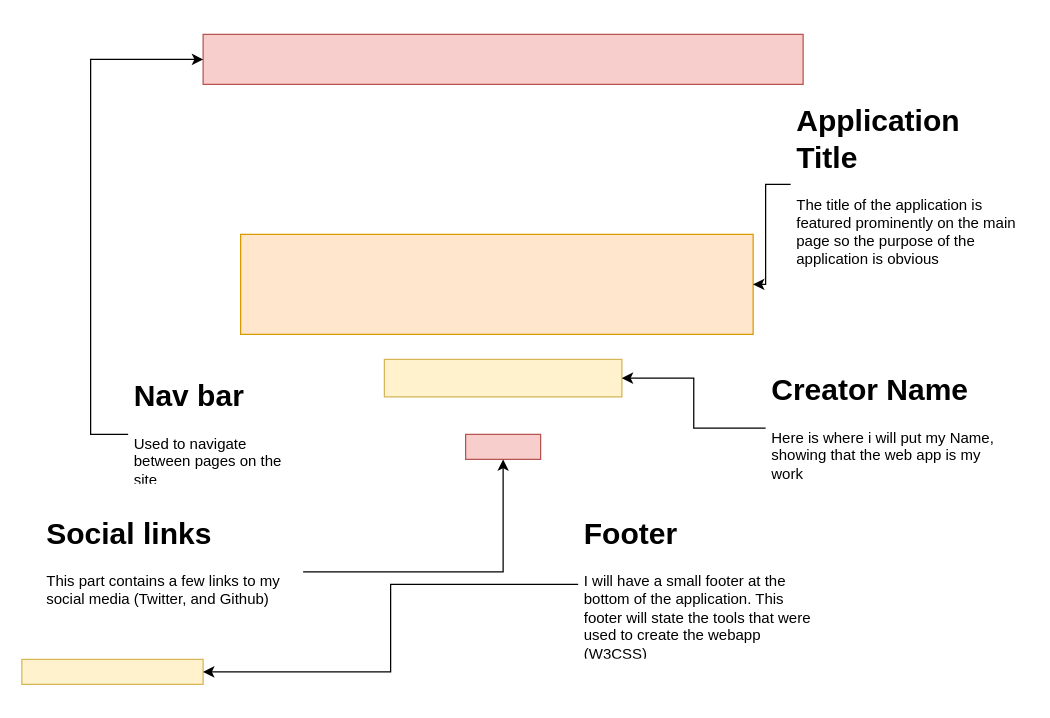
Before: Website Wireframes/HomePage - Copy.drawio in Jasper-27/Soft166Assignment, a draw.io diagram. Source tidied: cells renumbered, new cells numbered last; positions are measured from the earlier drawing's top-left corner, leaving out a move shared by most shapes. Both pictures are drawn from the tidied source at 125%, with x=0, y=0 at pixel (21, 34).
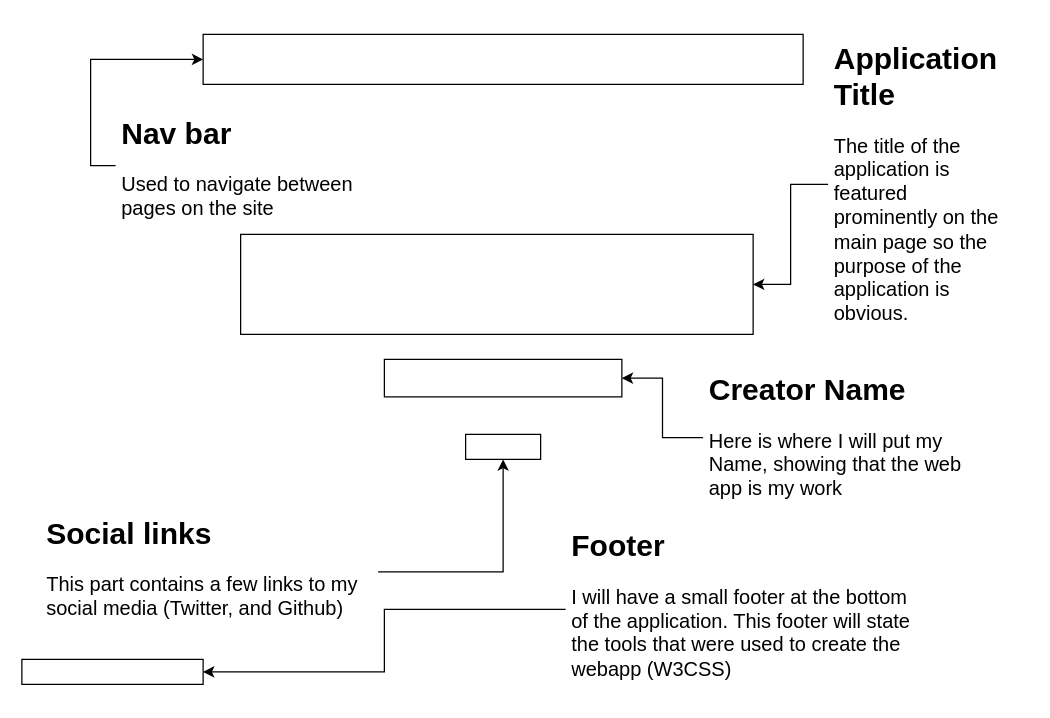
The same page after the edit.

What changed in the source:
```diff
@@
-    <mxCell id="2" style="rounded=0;whiteSpace=wrap;html=1;fillColor=#f8cecc;strokeColor=#b85450;" parent="1" vertex="1">
+    <mxCell id="2" style="rounded=0;whiteSpace=wrap;html=1;" parent="1" vertex="1">
       <mxGeometry x="145" width="480" height="40" as="geometry" />
     </mxCell>
-    <mxCell id="3" style="rounded=0;whiteSpace=wrap;html=1;fillColor=#ffe6cc;strokeColor=#d79b00;" parent="1" vertex="1">
+    <mxCell id="3" style="rounded=0;whiteSpace=wrap;html=1;" parent="1" vertex="1">
       <mxGeometry x="175" y="160" width="410" height="80" as="geometry" />
     </mxCell>
-    <mxCell id="4" style="rounded=0;whiteSpace=wrap;html=1;fillColor=#fff2cc;strokeColor=#d6b656;" parent="1" vertex="1">
+    <mxCell id="4" style="rounded=0;whiteSpace=wrap;html=1;" parent="1" vertex="1">
       <mxGeometry x="290" y="260" width="190" height="30" as="geometry" />
     </mxCell>
-    <mxCell id="5" style="rounded=0;whiteSpace=wrap;html=1;fillColor=#f8cecc;strokeColor=#b85450;" parent="1" vertex="1">
+    <mxCell id="5" style="rounded=0;whiteSpace=wrap;html=1;" parent="1" vertex="1">
       <mxGeometry x="355" y="320" width="60" height="20" as="geometry" />
     </mxCell>
     <mxCell id="6" style="edgeStyle=orthogonalEdgeStyle;rounded=0;jettySize=auto;html=1;entryX=0;entryY=0.5;entryDx=0;entryDy=0;" parent="1" edge="1" source="7" target="2">
       <mxGeometry relative="1" as="geometry">
         <Array as="points">
-          <mxPoint x="55" y="320" />
+          <mxPoint x="55" y="105" />
           <mxPoint x="55" y="20" />
         </Array>
       </mxGeometry>
     </mxCell>
-    <mxCell id="7" value="&lt;h1&gt;Nav bar&lt;br&gt;&lt;/h1&gt;&lt;p&gt;Used to navigate between pages on the site&lt;br&gt;&lt;/p&gt;" style="text;html=1;strokeColor=none;fillColor=none;spacing=5;spacingTop=-20;whiteSpace=wrap;overflow=hidden;rounded=0;" parent="1" vertex="1">
-      <mxGeometry x="85" y="270" width="140" height="90" as="geometry" />
+    <mxCell id="7" value="&lt;h1&gt;Nav bar&lt;br&gt;&lt;/h1&gt;&lt;p&gt;&lt;font style=&quot;font-size: 16px&quot;&gt;Used to navigate between pages on the site&lt;/font&gt;&lt;br&gt;&lt;/p&gt;" style="text;html=1;strokeColor=none;fillColor=none;spacing=5;spacingTop=-20;whiteSpace=wrap;overflow=hidden;rounded=0;" parent="1" vertex="1">
+      <mxGeometry x="75" y="60" width="210" height="90" as="geometry" />
     </mxCell>
@@
-    <mxCell id="9" value="&lt;h1&gt;Application Title&lt;br&gt;&lt;/h1&gt;&lt;p&gt;The title of the application is featured &lt;span id=&quot;spans0e0&quot; class=&quot;sac&quot;&gt;prominently&lt;/span&gt; on the main page so the purpose of the application is obvious &lt;/p&gt;" style="text;html=1;strokeColor=none;fillColor=none;spacing=5;spacingTop=-20;whiteSpace=wrap;overflow=hidden;rounded=0;" parent="1" vertex="1">
-      <mxGeometry x="615" y="50" width="190" height="140" as="geometry" />
+    <mxCell id="9" value="&lt;h1&gt;Application Title&lt;br&gt;&lt;/h1&gt;&lt;p style=&quot;font-size: 16px&quot;&gt;The title of the application is featured &lt;span id=&quot;spans0e0&quot; class=&quot;sac&quot;&gt;prominently&lt;/span&gt; on the main page so the purpose of the application is obvious.&amp;nbsp;&lt;/p&gt;" style="text;html=1;strokeColor=none;fillColor=none;spacing=5;spacingTop=-20;whiteSpace=wrap;overflow=hidden;rounded=0;" parent="1" vertex="1">
+      <mxGeometry x="645" width="150" height="240" as="geometry" />
     </mxCell>
@@
-    <mxCell id="11" value="&lt;h1&gt;Creator Name&lt;br&gt;&lt;/h1&gt;&lt;p&gt;Here is where i will put my Name, showing that the web app is my work&lt;br&gt;&lt;/p&gt;" style="text;html=1;strokeColor=none;fillColor=none;spacing=5;spacingTop=-20;whiteSpace=wrap;overflow=hidden;rounded=0;" parent="1" vertex="1">
-      <mxGeometry x="595" y="265" width="190" height="100" as="geometry" />
+    <mxCell id="11" value="&lt;h1&gt;Creator Name&lt;br&gt;&lt;/h1&gt;&lt;p&gt;&lt;font style=&quot;font-size: 16px&quot;&gt;Here is where I will put my Name, showing that the web app is my work&lt;/font&gt;&lt;br&gt;&lt;/p&gt;" style="text;html=1;strokeColor=none;fillColor=none;spacing=5;spacingTop=-20;whiteSpace=wrap;overflow=hidden;rounded=0;" parent="1" vertex="1">
+      <mxGeometry x="545" y="265" width="240" height="115" as="geometry" />
     </mxCell>
@@
-    <mxCell id="13" value="&lt;h1&gt;Social links&lt;br&gt;&lt;/h1&gt;&lt;p&gt;This part contains a few links to my social media (Twitter, and Github)&lt;br&gt;&lt;/p&gt;" style="text;html=1;strokeColor=none;fillColor=none;spacing=5;spacingTop=-20;whiteSpace=wrap;overflow=hidden;rounded=0;" parent="1" vertex="1">
-      <mxGeometry x="15" y="380" width="210" height="90" as="geometry" />
+    <mxCell id="13" value="&lt;h1&gt;Social links&lt;br&gt;&lt;/h1&gt;&lt;p&gt;&lt;font style=&quot;font-size: 16px&quot;&gt;This part contains a few links to my social media (Twitter, and Github)&lt;/font&gt;&lt;br&gt;&lt;/p&gt;" style="text;html=1;strokeColor=none;fillColor=none;spacing=5;spacingTop=-20;whiteSpace=wrap;overflow=hidden;rounded=0;" parent="1" vertex="1">
+      <mxGeometry x="15" y="380" width="270" height="90" as="geometry" />
     </mxCell>
-    <mxCell id="14" style="rounded=0;whiteSpace=wrap;html=1;fillColor=#fff2cc;strokeColor=#d6b656;" parent="1" vertex="1">
+    <mxCell id="14" style="rounded=0;whiteSpace=wrap;html=1;" parent="1" vertex="1">
       <mxGeometry y="500" width="145" height="20" as="geometry" />
     </mxCell>
@@
-    <mxCell id="16" value="&lt;h1&gt;Footer&lt;/h1&gt;&lt;p&gt;I will have a small footer at the bottom of the application. This footer will state the tools that were used to create the webapp (W3CSS)&lt;br&gt;&lt;/p&gt;" style="text;html=1;strokeColor=none;fillColor=none;spacing=5;spacingTop=-20;whiteSpace=wrap;overflow=hidden;rounded=0;" parent="1" vertex="1">
-      <mxGeometry x="445" y="380" width="190" height="120" as="geometry" />
+    <mxCell id="16" value="&lt;h1&gt;Footer&lt;/h1&gt;&lt;p&gt;&lt;font style=&quot;font-size: 16px&quot;&gt;I will have a small footer at the bottom of the application. This footer will state the tools that were used to create the webapp (W3CSS)&lt;/font&gt;&lt;br&gt;&lt;/p&gt;" style="text;html=1;strokeColor=none;fillColor=none;spacing=5;spacingTop=-20;whiteSpace=wrap;overflow=hidden;rounded=0;" parent="1" vertex="1">
+      <mxGeometry x="435" y="390" width="280" height="140" as="geometry" />
     </mxCell>
```
